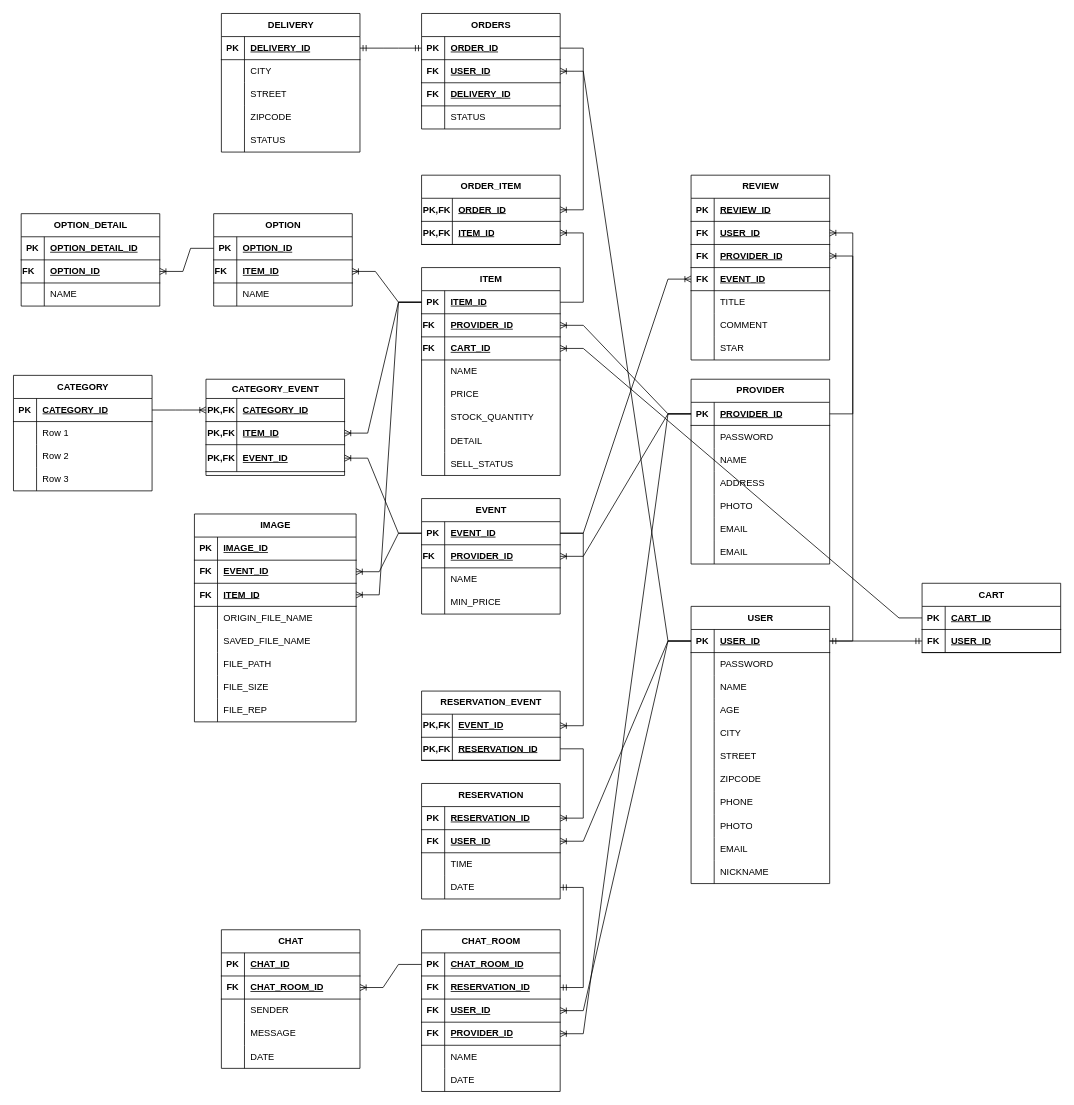
Above: EventLinkERD.drawio in leeheeweon/EventLink (draw.io), before the change. Source tidied: cells renumbered, new cells numbered last; positions are measured from the earlier drawing's top-left corner, leaving out a move shared by most shapes. Both pictures are drawn from the tidied source at 77%, with x=0, y=0 at pixel (13, 13).
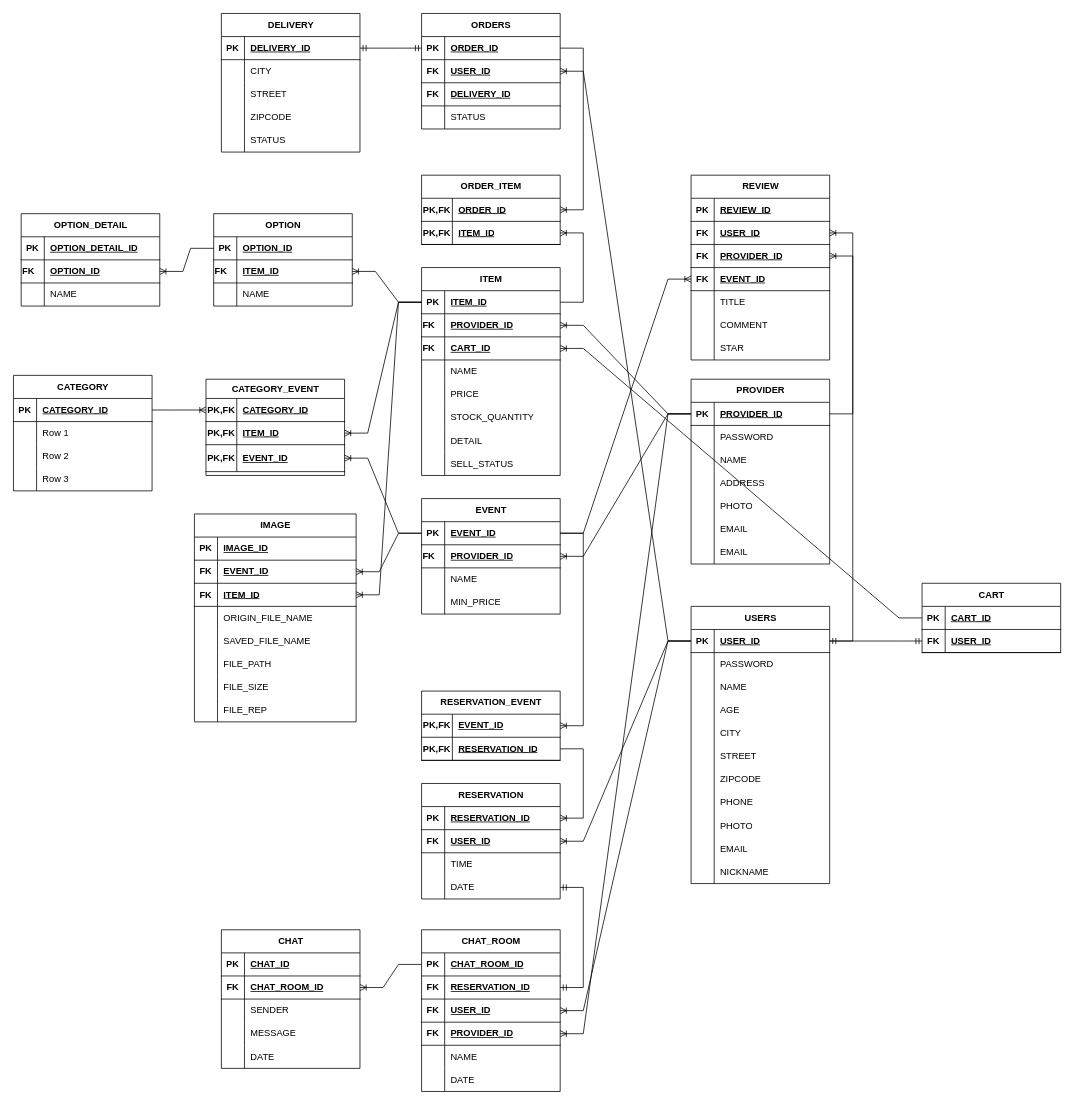
The same page after the edit.

Diff of the diagram source:
```diff
@@
-    <mxCell id="133" value="USER" style="shape=table;startSize=30;childLayout=tableLayout;rowLines=0;fontStyle=1;align=center;html=1;" parent="1" vertex="1">
+    <mxCell id="133" value="USERS" style="shape=table;startSize=30;childLayout=tableLayout;rowLines=0;fontStyle=1;align=center;html=1;" parent="1" vertex="1">
       <mxGeometry x="880" y="770" width="180" height="360" as="geometry" />
     </mxCell>
```
